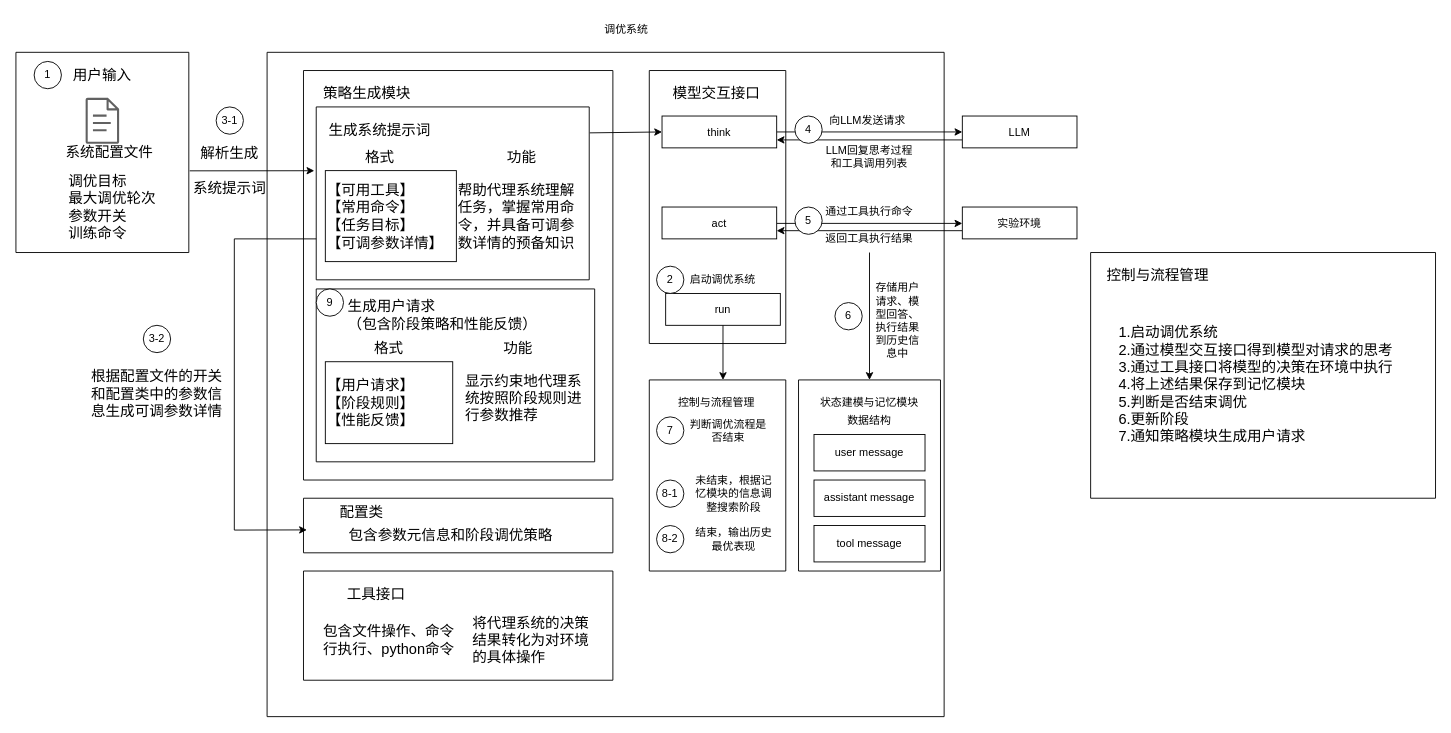
Earlier version of the draw.io diagram page "第 8 页" (8 of 14) of KernelTuneAgent.drawio (DonCoyi/_pictures). Source tidied: cells renumbered, new cells numbered last; positions are measured from the earlier drawing's top-left corner, leaving out a move shared by most shapes. Both pictures are drawn from the tidied source at 91%, with x=0, y=0 at pixel (15, 15).
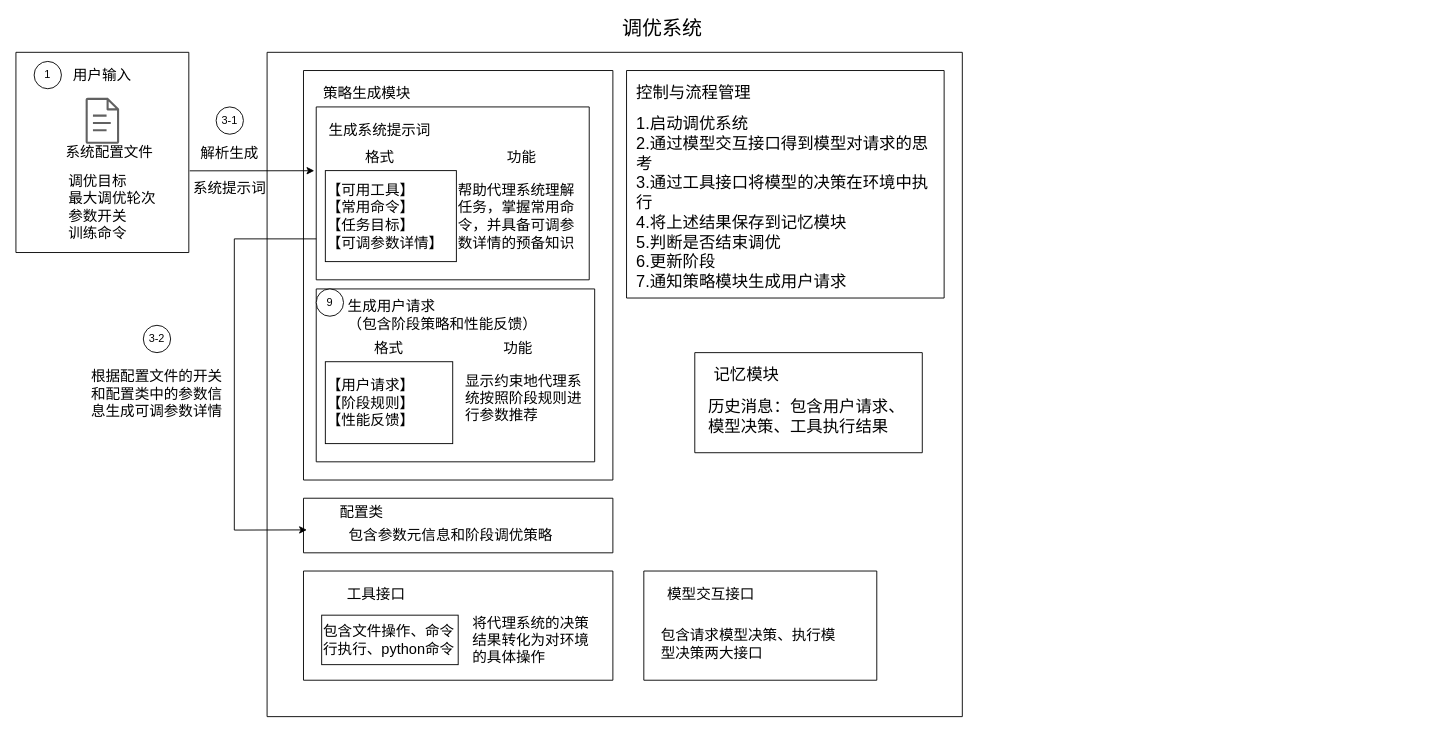
The same page after the edit.

The change refers to these unchanged cells:
```xml
<mxCell id="5" style="swimlane;startSize=0;" parent="4" vertex="1">
  <mxGeometry x="14" y="40" width="300" height="190" as="geometry" />
</mxCell>
<mxCell id="58" style="swimlane;startSize=0;" parent="2" vertex="1">
  <mxGeometry x="40" y="570" width="340" height="120" as="geometry" />
</mxCell>
```

Diff of the diagram source:
```diff
@@
     <mxCell id="2" style="swimlane;startSize=0;" parent="1" vertex="1">
-      <mxGeometry x="276" y="40" width="744" height="730" as="geometry" />
+      <mxGeometry x="276" y="40" width="764" height="730" as="geometry" />
     </mxCell>
-    <mxCell id="3" style="endArrow=classic;html=1;rounded=0;exitX=0.5;exitY=1;exitDx=0;exitDy=0;entryX=0.5;entryY=0;entryDx=0;entryDy=0;" parent="2" edge="1" source="49" target="43">
-      <mxGeometry relative="1" as="geometry" />
-    </mxCell>
@@
-    <mxCell id="19" style="swimlane;startSize=0;" parent="2" vertex="1">
-      <mxGeometry x="420" y="20" width="150" height="300" as="geometry" />
-    </mxCell>
-    <mxCell id="20" value="&lt;font face=&quot;宋体&quot; style=&quot;font-size: 16px;&quot;&gt;模型交互接口&lt;/font&gt;" style="text;html=1;whiteSpace=wrap;strokeColor=none;fillColor=none;align=center;verticalAlign=middle;rounded=0;" parent="19" vertex="1">
-      <mxGeometry x="4" y="9.4" width="140" height="30.6" as="geometry" />
-    </mxCell>
-    <mxCell id="21" style="endArrow=classic;html=1;rounded=0;entryX=1;entryY=0.75;entryDx=0;entryDy=0;exitX=0;exitY=0.75;exitDx=0;exitDy=0;" parent="19" edge="1" source="30" target="23">
-      <mxGeometry relative="1" as="geometry" />
-    </mxCell>
-    <mxCell id="22" style="endArrow=classic;html=1;rounded=0;exitX=1;exitY=0.5;exitDx=0;exitDy=0;entryX=0;entryY=0.5;entryDx=0;entryDy=0;" parent="19" edge="1" source="23" target="30">
-      <mxGeometry relative="1" as="geometry" />
-    </mxCell>
-    <mxCell id="23" value="think" style="rounded=0;whiteSpace=wrap;html=1;" parent="19" vertex="1">
-      <mxGeometry x="14" y="50" width="126" height="35" as="geometry" />
-    </mxCell>
-    <mxCell id="24" value="4" style="ellipse;whiteSpace=wrap;html=1;" parent="19" vertex="1">
-      <mxGeometry x="160" y="50" width="30" height="30" as="geometry" />
-    </mxCell>
-    <mxCell id="25" style="endArrow=classic;html=1;rounded=0;entryX=1;entryY=0.75;entryDx=0;entryDy=0;exitX=0;exitY=0.75;exitDx=0;exitDy=0;" parent="19" edge="1">
-      <mxGeometry relative="1" as="geometry">
-        <mxPoint x="344" y="176" as="sourcePoint" />
-        <mxPoint x="140" y="176" as="targetPoint" />
-      </mxGeometry>
-    </mxCell>
-    <mxCell id="26" style="endArrow=classic;html=1;rounded=0;exitX=1;exitY=0.5;exitDx=0;exitDy=0;entryX=0;entryY=0.5;entryDx=0;entryDy=0;" parent="19" edge="1">
-      <mxGeometry relative="1" as="geometry">
-        <mxPoint x="140" y="168" as="sourcePoint" />
-        <mxPoint x="344" y="168" as="targetPoint" />
-      </mxGeometry>
-    </mxCell>
-    <mxCell id="27" value="act" style="rounded=0;whiteSpace=wrap;html=1;" parent="19" vertex="1">
-      <mxGeometry x="14" y="150" width="126" height="35" as="geometry" />
-    </mxCell>
-    <mxCell id="28" value="5" style="ellipse;whiteSpace=wrap;html=1;" parent="19" vertex="1">
-      <mxGeometry x="160" y="150" width="30" height="30" as="geometry" />
-    </mxCell>
-    <mxCell id="29" value="向LLM发送请求" style="text;html=1;whiteSpace=wrap;strokeColor=none;fillColor=none;align=center;verticalAlign=middle;rounded=0;" parent="19" vertex="1">
-      <mxGeometry x="192" y="40" width="96" height="30" as="geometry" />
-    </mxCell>
-    <mxCell id="30" value="LLM" style="rounded=0;whiteSpace=wrap;html=1;" parent="19" vertex="1">
-      <mxGeometry x="344" y="50" width="126" height="35" as="geometry" />
-    </mxCell>
-    <mxCell id="31" value="run" style="rounded=0;whiteSpace=wrap;html=1;" parent="19" vertex="1">
-      <mxGeometry x="18" y="245" width="126" height="35" as="geometry" />
-    </mxCell>
-    <mxCell id="32" value="2" style="ellipse;whiteSpace=wrap;html=1;" parent="19" vertex="1">
-      <mxGeometry x="8" y="215" width="30" height="30" as="geometry" />
-    </mxCell>
-    <mxCell id="33" value="启动调优系统" style="text;html=1;whiteSpace=wrap;strokeColor=none;fillColor=none;align=center;verticalAlign=middle;rounded=0;" parent="19" vertex="1">
-      <mxGeometry x="38" y="215" width="86" height="30" as="geometry" />
-    </mxCell>
-    <mxCell id="34" value="6" style="ellipse;whiteSpace=wrap;html=1;" parent="2" vertex="1">
-      <mxGeometry x="624" y="275" width="30" height="30" as="geometry" />
-    </mxCell>
-    <mxCell id="35" style="swimlane;startSize=0;" parent="2" vertex="1">
-      <mxGeometry x="420" y="360" width="150" height="210" as="geometry" />
-    </mxCell>
-    <mxCell id="36" value="控制与流程管理" style="text;html=1;whiteSpace=wrap;strokeColor=none;fillColor=none;align=center;verticalAlign=middle;rounded=0;" parent="35" vertex="1">
-      <mxGeometry x="4" y="10" width="140" height="30.6" as="geometry" />
-    </mxCell>
-    <mxCell id="37" value="7" style="ellipse;whiteSpace=wrap;html=1;" parent="35" vertex="1">
-      <mxGeometry x="8" y="40.6" width="30" height="30" as="geometry" />
-    </mxCell>
-    <mxCell id="38" value="判断调优流程是否结束" style="text;html=1;whiteSpace=wrap;strokeColor=none;fillColor=none;align=center;verticalAlign=middle;rounded=0;" parent="35" vertex="1">
-      <mxGeometry x="44" y="40.6" width="86" height="30" as="geometry" />
-    </mxCell>
-    <mxCell id="39" value="8-1" style="ellipse;whiteSpace=wrap;html=1;" parent="35" vertex="1">
-      <mxGeometry x="8" y="110" width="30" height="30" as="geometry" />
-    </mxCell>
-    <mxCell id="40" value="未结束，根据记忆模块的信息调整搜索阶段" style="text;html=1;whiteSpace=wrap;strokeColor=none;fillColor=none;align=center;verticalAlign=middle;rounded=0;" parent="35" vertex="1">
-      <mxGeometry x="50" y="100" width="86" height="50" as="geometry" />
-    </mxCell>
-    <mxCell id="41" value="8-2" style="ellipse;whiteSpace=wrap;html=1;" parent="35" vertex="1">
-      <mxGeometry x="8" y="160" width="30" height="30" as="geometry" />
-    </mxCell>
-    <mxCell id="42" value="结束，输出历史最优表现" style="text;html=1;whiteSpace=wrap;strokeColor=none;fillColor=none;align=center;verticalAlign=middle;rounded=0;" parent="35" vertex="1">
-      <mxGeometry x="50" y="150" width="86" height="50" as="geometry" />
-    </mxCell>
-    <mxCell id="43" style="swimlane;startSize=0;" parent="2" vertex="1">
-      <mxGeometry x="584" y="360" width="156" height="210" as="geometry" />
-    </mxCell>
-    <mxCell id="44" value="状态建模与记忆模块" style="text;html=1;whiteSpace=wrap;strokeColor=none;fillColor=none;align=center;verticalAlign=middle;rounded=0;" parent="43" vertex="1">
-      <mxGeometry x="8" y="10" width="140" height="30.6" as="geometry" />
-    </mxCell>
-    <mxCell id="45" value="user message" style="rounded=0;whiteSpace=wrap;html=1;" parent="43" vertex="1">
-      <mxGeometry x="17" y="60" width="122" height="40" as="geometry" />
-    </mxCell>
-    <mxCell id="46" value="数据结构" style="text;html=1;whiteSpace=wrap;strokeColor=none;fillColor=none;align=center;verticalAlign=middle;rounded=0;" parent="43" vertex="1">
-      <mxGeometry x="48" y="30" width="60" height="30" as="geometry" />
-    </mxCell>
-    <mxCell id="47" value="assistant message" style="rounded=0;whiteSpace=wrap;html=1;" parent="43" vertex="1">
-      <mxGeometry x="17" y="110" width="122" height="40" as="geometry" />
-    </mxCell>
-    <mxCell id="48" value="tool message" style="rounded=0;whiteSpace=wrap;html=1;" parent="43" vertex="1">
-      <mxGeometry x="17" y="160" width="122" height="40" as="geometry" />
-    </mxCell>
-    <mxCell id="49" value="返回工具执行结果" style="text;html=1;whiteSpace=wrap;strokeColor=none;fillColor=none;align=center;verticalAlign=middle;rounded=0;" parent="2" vertex="1">
-      <mxGeometry x="612" y="190" width="100" height="30" as="geometry" />
-    </mxCell>
-    <mxCell id="50" value="通过工具执行命令" style="text;html=1;whiteSpace=wrap;strokeColor=none;fillColor=none;align=center;verticalAlign=middle;rounded=0;" parent="2" vertex="1">
-      <mxGeometry x="612" y="160" width="100" height="30" as="geometry" />
-    </mxCell>
-    <mxCell id="51" value="LLM回复思考过程和工具调用列表" style="text;html=1;whiteSpace=wrap;strokeColor=none;fillColor=none;align=center;verticalAlign=middle;rounded=0;" parent="2" vertex="1">
-      <mxGeometry x="612" y="90" width="100" height="50" as="geometry" />
-    </mxCell>
-    <mxCell id="52" value="存储用户请求、模型回答、执行结果到历史信息中" style="text;html=1;whiteSpace=wrap;strokeColor=none;fillColor=none;align=center;verticalAlign=middle;rounded=0;" parent="2" vertex="1">
-      <mxGeometry x="666" y="240" width="54" height="110" as="geometry" />
-    </mxCell>
-    <mxCell id="53" style="endArrow=classic;html=1;rounded=0;exitX=0.5;exitY=1;exitDx=0;exitDy=0;entryX=0.54;entryY=0;entryDx=0;entryDy=0;entryPerimeter=0;" parent="2" edge="1" source="31" target="35">
-      <mxGeometry relative="1" as="geometry" />
-    </mxCell>
@@
-    <mxCell id="57" style="endArrow=classic;html=1;rounded=0;exitX=1.002;exitY=0.15;exitDx=0;exitDy=0;entryX=0;entryY=0.5;entryDx=0;entryDy=0;exitPerimeter=0;" parent="2" edge="1" source="5" target="23">
-      <mxGeometry relative="1" as="geometry" />
-    </mxCell>
@@
-    <mxCell id="61" value="&lt;div&gt;&lt;font face=&quot;宋体&quot;&gt;&lt;span style=&quot;font-size: 16px;&quot;&gt;包含文件操作、命令行执行、python命令&lt;/span&gt;&lt;/font&gt;&lt;/div&gt;" style="text;html=1;whiteSpace=wrap;strokeColor=none;fillColor=none;align=left;verticalAlign=middle;rounded=0;" parent="58" vertex="1">
-      <mxGeometry x="20" y="55.6" width="150" height="40" as="geometry" />
+    <mxCell id="61" value="&lt;div&gt;&lt;font face=&quot;宋体&quot;&gt;&lt;span style=&quot;font-size: 16px;&quot;&gt;包含文件操作、命令行执行、python命令&lt;/span&gt;&lt;/font&gt;&lt;/div&gt;" style="text;html=1;whiteSpace=wrap;strokeColor=default;fillColor=none;align=left;verticalAlign=middle;rounded=0;" parent="58" vertex="1">
+      <mxGeometry x="20" y="48.5" width="150" height="54.4" as="geometry" />
     </mxCell>
@@
+    <mxCell id="79" style="swimlane;startSize=0;" parent="2" vertex="1">
+      <mxGeometry x="414" y="570" width="256" height="120" as="geometry" />
+    </mxCell>
+    <mxCell id="20" value="&lt;font face=&quot;宋体&quot; style=&quot;font-size: 16px;&quot;&gt;模型交互接口&lt;/font&gt;" style="text;html=1;whiteSpace=wrap;strokeColor=none;fillColor=none;align=center;verticalAlign=middle;rounded=0;" parent="79" vertex="1">
+      <mxGeometry x="4" y="9.4" width="140" height="30.6" as="geometry" />
+    </mxCell>
+    <mxCell id="80" value="&lt;div&gt;&lt;font face=&quot;宋体&quot; style=&quot;font-size: 16px;&quot;&gt;包含请求模型决策、执行模型决策两大接口&lt;/font&gt;&lt;/div&gt;" style="text;html=1;whiteSpace=wrap;strokeColor=none;fillColor=none;align=left;verticalAlign=middle;rounded=0;" parent="79" vertex="1">
+      <mxGeometry x="16.5" y="50" width="200" height="60" as="geometry" />
+    </mxCell>
+    <mxCell id="76" style="swimlane;startSize=0;" parent="2" vertex="1">
+      <mxGeometry x="395" y="20" width="349" height="250" as="geometry" />
+    </mxCell>
+    <mxCell id="77" value="&lt;font face=&quot;宋体&quot; style=&quot;font-size: 18px;&quot;&gt;控制与流程管理&lt;/font&gt;" style="text;html=1;whiteSpace=wrap;strokeColor=none;fillColor=none;align=center;verticalAlign=middle;rounded=0;" parent="76" vertex="1">
+      <mxGeometry x="4" y="10" width="140" height="30.6" as="geometry" />
+    </mxCell>
+    <mxCell id="78" value="&lt;font face=&quot;宋体&quot; style=&quot;font-size: 18px;&quot;&gt;1.启动调优系统&lt;/font&gt;&lt;div&gt;&lt;font face=&quot;宋体&quot; style=&quot;font-size: 18px;&quot;&gt;2.通过模型交互接口得到模型对请求的思考&lt;/font&gt;&lt;/div&gt;&lt;div&gt;&lt;font face=&quot;宋体&quot; style=&quot;font-size: 18px;&quot;&gt;3.通过工具接口将模型的决策在环境中执行&lt;/font&gt;&lt;/div&gt;&lt;div&gt;&lt;font face=&quot;宋体&quot; style=&quot;font-size: 18px;&quot;&gt;4.将上述结果保存到记忆模块&lt;/font&gt;&lt;/div&gt;&lt;div&gt;&lt;font face=&quot;宋体&quot; style=&quot;font-size: 18px;&quot;&gt;5.判断是否结束调优&lt;/font&gt;&lt;/div&gt;&lt;div&gt;&lt;font face=&quot;宋体&quot; style=&quot;font-size: 18px;&quot;&gt;6.更新阶段&lt;/font&gt;&lt;/div&gt;&lt;div&gt;&lt;font face=&quot;宋体&quot; style=&quot;font-size: 18px;&quot;&gt;7.通知策略模块生成用户请求&lt;/font&gt;&lt;/div&gt;" style="text;html=1;whiteSpace=wrap;strokeColor=none;fillColor=none;align=left;verticalAlign=middle;rounded=0;" parent="76" vertex="1">
+      <mxGeometry x="9" y="40.6" width="331" height="210" as="geometry" />
+    </mxCell>
+    <mxCell id="43" style="swimlane;startSize=0;" parent="2" vertex="1">
+      <mxGeometry x="470" y="330" width="250" height="110" as="geometry" />
+    </mxCell>
+    <mxCell id="44" value="&lt;font face=&quot;宋体&quot; style=&quot;font-size: 18px;&quot;&gt;记忆模块&lt;/font&gt;" style="text;html=1;whiteSpace=wrap;strokeColor=none;fillColor=none;align=center;verticalAlign=middle;rounded=0;" parent="43" vertex="1">
+      <mxGeometry y="10" width="114" height="30.6" as="geometry" />
+    </mxCell>
+    <mxCell id="81" value="&lt;div&gt;&lt;font face=&quot;宋体&quot; style=&quot;font-size: 18px;&quot;&gt;历史消息：包含用户请求、模型决策、工具执行结果&lt;/font&gt;&lt;/div&gt;" style="text;html=1;whiteSpace=wrap;strokeColor=none;fillColor=none;align=left;verticalAlign=middle;rounded=0;" parent="43" vertex="1">
+      <mxGeometry x="12.8" y="40.6" width="224.5" height="60" as="geometry" />
+    </mxCell>
@@
-    <mxCell id="69" value="调优系统" style="text;html=1;whiteSpace=wrap;strokeColor=none;fillColor=none;align=center;verticalAlign=middle;rounded=0;" parent="1" vertex="1">
-      <mxGeometry x="641" width="60" height="30" as="geometry" />
+    <mxCell id="69" value="&lt;font face=&quot;宋体&quot; style=&quot;font-size: 22px;&quot;&gt;调优系统&lt;/font&gt;" style="text;html=1;whiteSpace=wrap;strokeColor=none;fillColor=none;align=center;verticalAlign=middle;rounded=0;" parent="1" vertex="1">
+      <mxGeometry x="641" width="139" height="30" as="geometry" />
     </mxCell>
@@
-    <mxCell id="75" value="实验环境" style="rounded=0;whiteSpace=wrap;html=1;" parent="1" vertex="1">
-      <mxGeometry x="1040" y="210" width="126" height="35" as="geometry" />
-    </mxCell>
-    <mxCell id="76" style="swimlane;startSize=0;" parent="1" vertex="1">
-      <mxGeometry x="1181" y="260" width="379" height="270" as="geometry" />
-    </mxCell>
-    <mxCell id="77" value="&lt;font face=&quot;宋体&quot; style=&quot;font-size: 16px;&quot;&gt;控制与流程管理&lt;/font&gt;" style="text;html=1;whiteSpace=wrap;strokeColor=none;fillColor=none;align=center;verticalAlign=middle;rounded=0;" parent="76" vertex="1">
-      <mxGeometry x="4" y="10" width="140" height="30.6" as="geometry" />
-    </mxCell>
-    <mxCell id="78" value="&lt;font face=&quot;宋体&quot;&gt;&lt;span style=&quot;font-size: 16px;&quot;&gt;1.启动调优系统&lt;/span&gt;&lt;/font&gt;&lt;div&gt;&lt;font face=&quot;宋体&quot;&gt;&lt;span style=&quot;font-size: 16px;&quot;&gt;2.通过模型交互接口得到模型对请求的思考&lt;/span&gt;&lt;/font&gt;&lt;/div&gt;&lt;div&gt;&lt;font face=&quot;宋体&quot;&gt;&lt;span style=&quot;font-size: 16px;&quot;&gt;3.通过工具接口将模型的决策在环境中执行&lt;/span&gt;&lt;/font&gt;&lt;/div&gt;&lt;div&gt;&lt;font face=&quot;宋体&quot;&gt;&lt;span style=&quot;font-size: 16px;&quot;&gt;4.将上述结果保存到记忆模块&lt;/span&gt;&lt;/font&gt;&lt;/div&gt;&lt;div&gt;&lt;font face=&quot;宋体&quot;&gt;&lt;span style=&quot;font-size: 16px;&quot;&gt;5.判断是否结束调优&lt;/span&gt;&lt;/font&gt;&lt;/div&gt;&lt;div&gt;&lt;font face=&quot;宋体&quot;&gt;&lt;span style=&quot;font-size: 16px;&quot;&gt;6.更新阶段&lt;/span&gt;&lt;/font&gt;&lt;/div&gt;&lt;div&gt;&lt;font face=&quot;宋体&quot;&gt;&lt;span style=&quot;font-size: 16px;&quot;&gt;7.通知策略模块生成用户请求&lt;/span&gt;&lt;/font&gt;&lt;/div&gt;" style="text;html=1;whiteSpace=wrap;strokeColor=none;fillColor=none;align=left;verticalAlign=middle;rounded=0;" parent="76" vertex="1">
-      <mxGeometry x="29" y="70" width="331" height="150" as="geometry" />
-    </mxCell>
```
